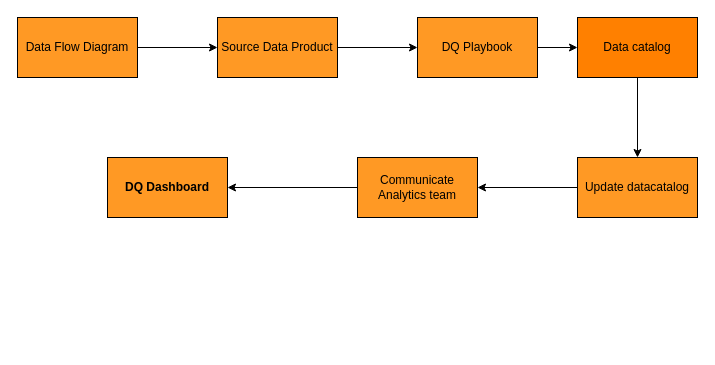
Above: page "Data Quality Processes" (2 of 3) of Vanderlande.drawio in biswarup81/drawings (draw.io), before the change. Source tidied: cells renumbered, new cells numbered last; positions are measured from the earlier drawing's top-left corner, leaving out a move shared by most shapes. Both pictures are drawn from the tidied source at 100%, with x=0, y=0 at pixel (17, 17).
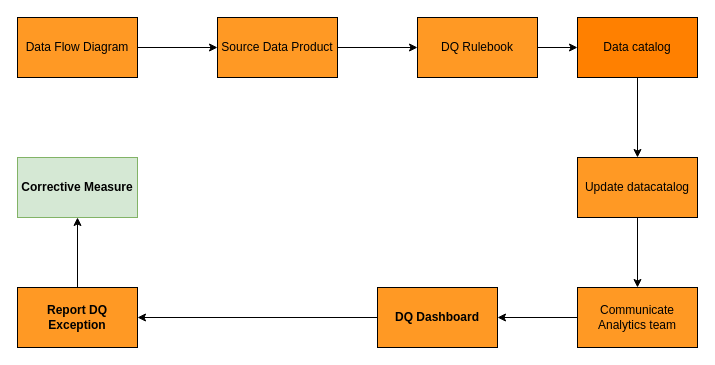
The same diagram, later.

What changed in the source:
```diff
@@
 <mxGraphModel>
   <root>
     <mxCell id="0" />
     <mxCell id="1" parent="0" />
     <mxCell id="2" style="edgeStyle=orthogonalEdgeStyle;rounded=0;jettySize=auto;html=1;" parent="1" edge="1" source="3" target="5">
       <mxGeometry relative="1" as="geometry" />
     </mxCell>
     <mxCell id="3" value="Data Flow Diagram" style="rounded=0;whiteSpace=wrap;html=1;fillColor=#FF9924;" parent="1" vertex="1">
       <mxGeometry width="120" height="60" as="geometry" />
     </mxCell>
     <mxCell id="4" style="edgeStyle=orthogonalEdgeStyle;rounded=0;jettySize=auto;html=1;" parent="1" edge="1" source="5" target="7">
       <mxGeometry relative="1" as="geometry" />
     </mxCell>
     <mxCell id="5" value="Source Data Product" style="whiteSpace=wrap;html=1;rounded=0;fillColor=#FF9924;" parent="1" vertex="1">
       <mxGeometry x="200" width="120" height="60" as="geometry" />
     </mxCell>
     <mxCell id="6" style="edgeStyle=orthogonalEdgeStyle;rounded=0;jettySize=auto;html=1;" parent="1" edge="1" source="7" target="9">
       <mxGeometry relative="1" as="geometry" />
     </mxCell>
-    <mxCell id="7" value="DQ Playbook" style="whiteSpace=wrap;html=1;rounded=0;fillColor=#FF9924;" parent="1" vertex="1">
+    <mxCell id="7" value="DQ Rulebook" style="whiteSpace=wrap;html=1;rounded=0;fillColor=#FF9924;" parent="1" vertex="1">
       <mxGeometry x="400" width="120" height="60" as="geometry" />
     </mxCell>
     <mxCell id="8" style="edgeStyle=orthogonalEdgeStyle;rounded=0;jettySize=auto;html=1;" parent="1" edge="1" source="9" target="11">
       <mxGeometry relative="1" as="geometry" />
     </mxCell>
     <mxCell id="9" value="Data catalog" style="whiteSpace=wrap;html=1;rounded=0;fillColor=#FF8000;" parent="1" vertex="1">
       <mxGeometry x="560" width="120" height="60" as="geometry" />
     </mxCell>
     <mxCell id="10" style="edgeStyle=orthogonalEdgeStyle;rounded=0;jettySize=auto;html=1;" parent="1" edge="1" source="11" target="13">
       <mxGeometry relative="1" as="geometry" />
     </mxCell>
     <mxCell id="11" value="Update datacatalog" style="whiteSpace=wrap;html=1;rounded=0;fillColor=#FF9924;" parent="1" vertex="1">
       <mxGeometry x="560" y="140" width="120" height="60" as="geometry" />
     </mxCell>
     <mxCell id="12" style="edgeStyle=orthogonalEdgeStyle;rounded=0;jettySize=auto;html=1;" parent="1" edge="1" source="13" target="14">
       <mxGeometry relative="1" as="geometry" />
     </mxCell>
     <mxCell id="13" value="Communicate Analytics team" style="whiteSpace=wrap;html=1;rounded=0;fillColor=#FF9924;" parent="1" vertex="1">
-      <mxGeometry x="340" y="140" width="120" height="60" as="geometry" />
+      <mxGeometry x="560" y="270" width="120" height="60" as="geometry" />
     </mxCell>
+    <mxCell id="15" style="edgeStyle=orthogonalEdgeStyle;rounded=0;jettySize=auto;html=1;" parent="1" edge="1" source="14" target="17">
+      <mxGeometry relative="1" as="geometry" />
+    </mxCell>
     <mxCell id="14" value="DQ Dashboard" style="whiteSpace=wrap;html=1;rounded=0;fillColor=#FF9924;fontStyle=1;" parent="1" vertex="1">
-      <mxGeometry x="90" y="140" width="120" height="60" as="geometry" />
+      <mxGeometry x="360" y="270" width="120" height="60" as="geometry" />
     </mxCell>
+    <mxCell id="16" style="edgeStyle=orthogonalEdgeStyle;rounded=0;jettySize=auto;html=1;" parent="1" edge="1" source="17" target="18">
+      <mxGeometry relative="1" as="geometry" />
+    </mxCell>
+    <mxCell id="17" value="Report DQ Exception" style="whiteSpace=wrap;html=1;rounded=0;fillColor=#FF9924;fontStyle=1;" parent="1" vertex="1">
+      <mxGeometry y="270" width="120" height="60" as="geometry" />
+    </mxCell>
+    <mxCell id="18" value="Corrective Measure" style="whiteSpace=wrap;html=1;rounded=0;fillColor=#d5e8d4;fontStyle=1;strokeColor=#82b366;" parent="1" vertex="1">
+      <mxGeometry y="140" width="120" height="60" as="geometry" />
+    </mxCell>
   </root>
 </mxGraphModel>
```
